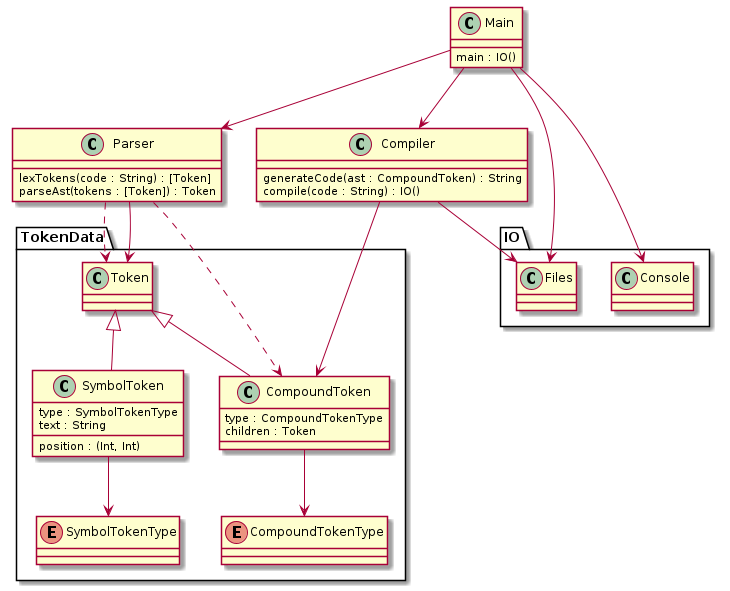
blueOkiris/kiss-lang keeps this PlantUML diagram as docs/kiss-lang-domain.png. Above is the earlier version.
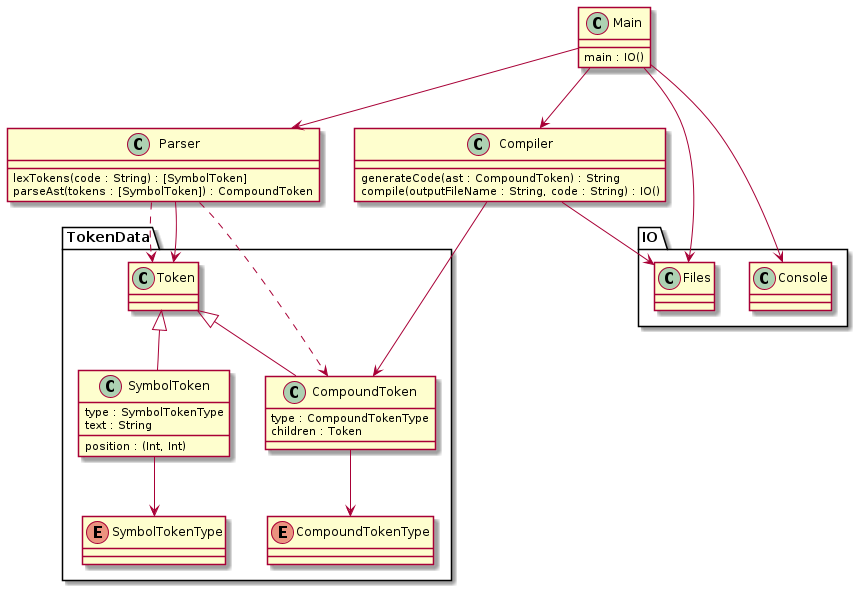
After the change.

Change to the diagram source:
```diff
@@ -24,13 +24,13 @@
 }
 
 class Parser {
-    lexTokens(code : String) : [Token]
-    parseAst(tokens : [Token]) : Token
+    lexTokens(code : String) : [SymbolToken]
+    parseAst(tokens : [SymbolToken]) : CompoundToken
 }
 
 class Compiler {
     generateCode(ast : CompoundToken) : String
-    compile(code : String) : IO()
+    compile(outputFileName : String, code : String) : IO()
 }
 
 namespace IO {
```
